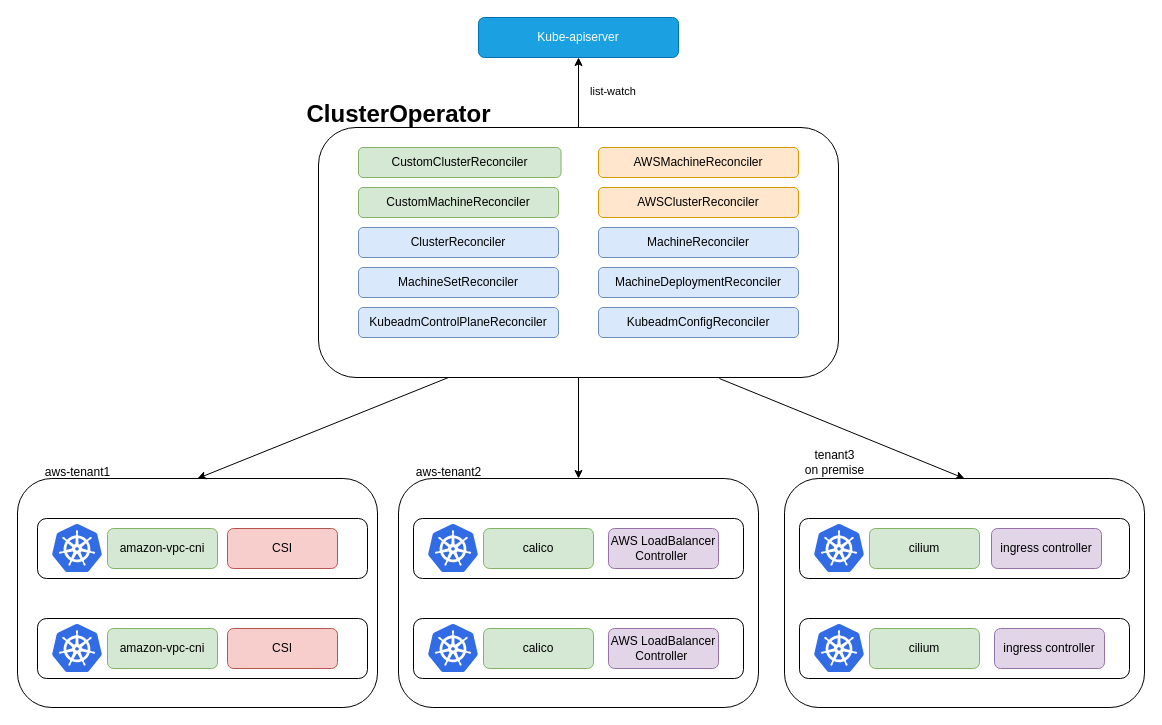
The draw.io diagram docs/content/en/docs/cluster-operator/image/cluster-operator.drawio in rezasohrabifqc5j/burak-akkasm, before the edit. Source tidied: cells renumbered, new cells numbered last; positions are measured from the earlier drawing's top-left corner, leaving out a move shared by most shapes. Both pictures are drawn from the tidied source at 100%, with x=0, y=0 at pixel (17, 17).
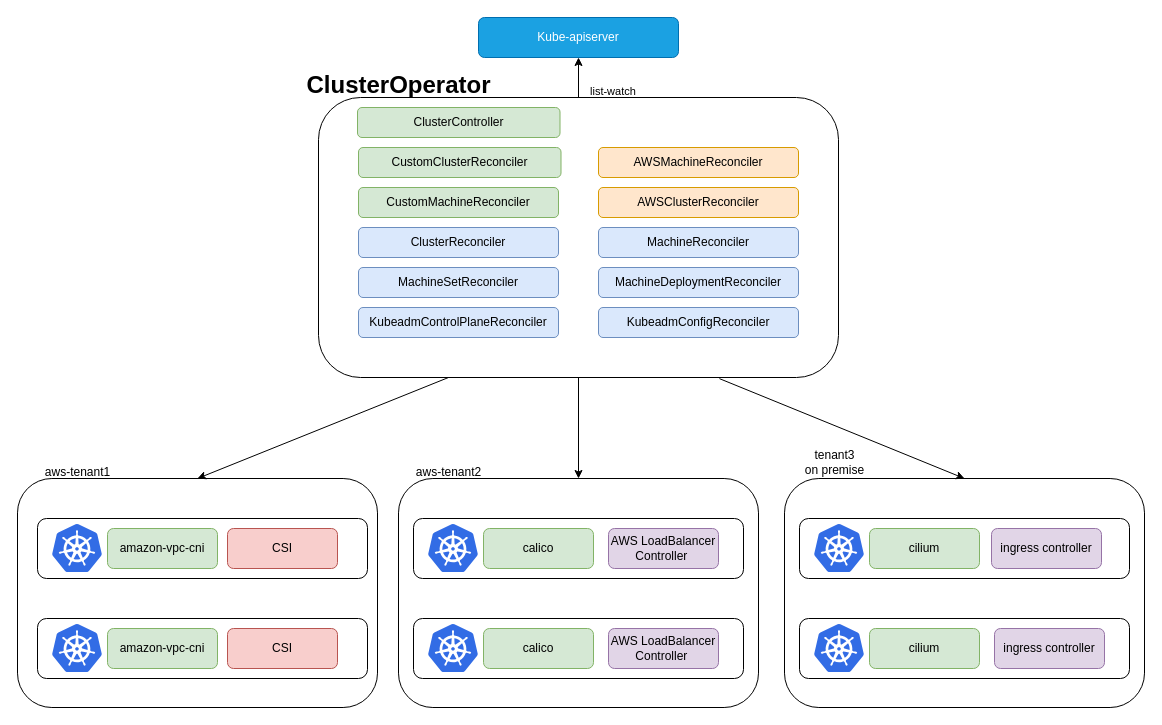
After the change.

Diff of the diagram source:
```diff
@@
     <mxCell id="3" style="rounded=1;whiteSpace=wrap;html=1;fillStyle=hatch;" parent="1" vertex="1">
-      <mxGeometry x="301" y="110" width="520" height="250" as="geometry" />
+      <mxGeometry x="301" y="80" width="520" height="280" as="geometry" />
     </mxCell>
@@
     <mxCell id="33" value="ClusterOperator" style="text;strokeColor=none;fillColor=none;html=1;fontSize=24;fontStyle=1;verticalAlign=middle;align=center;" parent="1" vertex="1">
-      <mxGeometry x="331" y="77" width="100" height="40" as="geometry" />
+      <mxGeometry x="331" y="48" width="100" height="40" as="geometry" />
     </mxCell>
@@
+    <mxCell id="50" value="ClusterController" style="rounded=1;whiteSpace=wrap;html=1;fillColor=#d5e8d4;strokeColor=#82b366;" parent="1" vertex="1">
+      <mxGeometry x="340" y="90" width="202.5" height="30" as="geometry" />
+    </mxCell>
```
